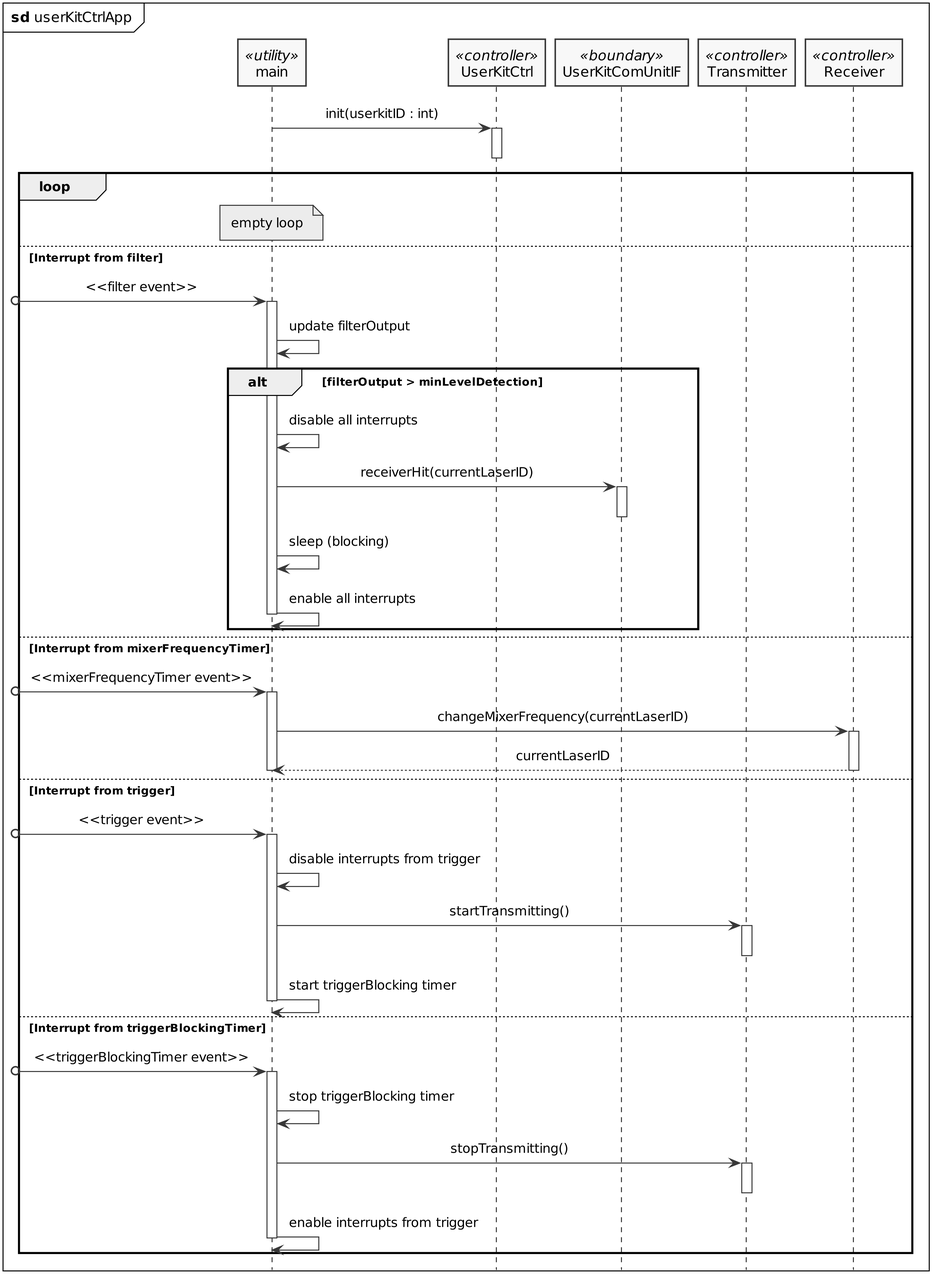
The PlantUML diagram PlantUML/out/userKitCtrlApp_sd.png in LasseKrarup/Laser-Tag-Project, before a commit.
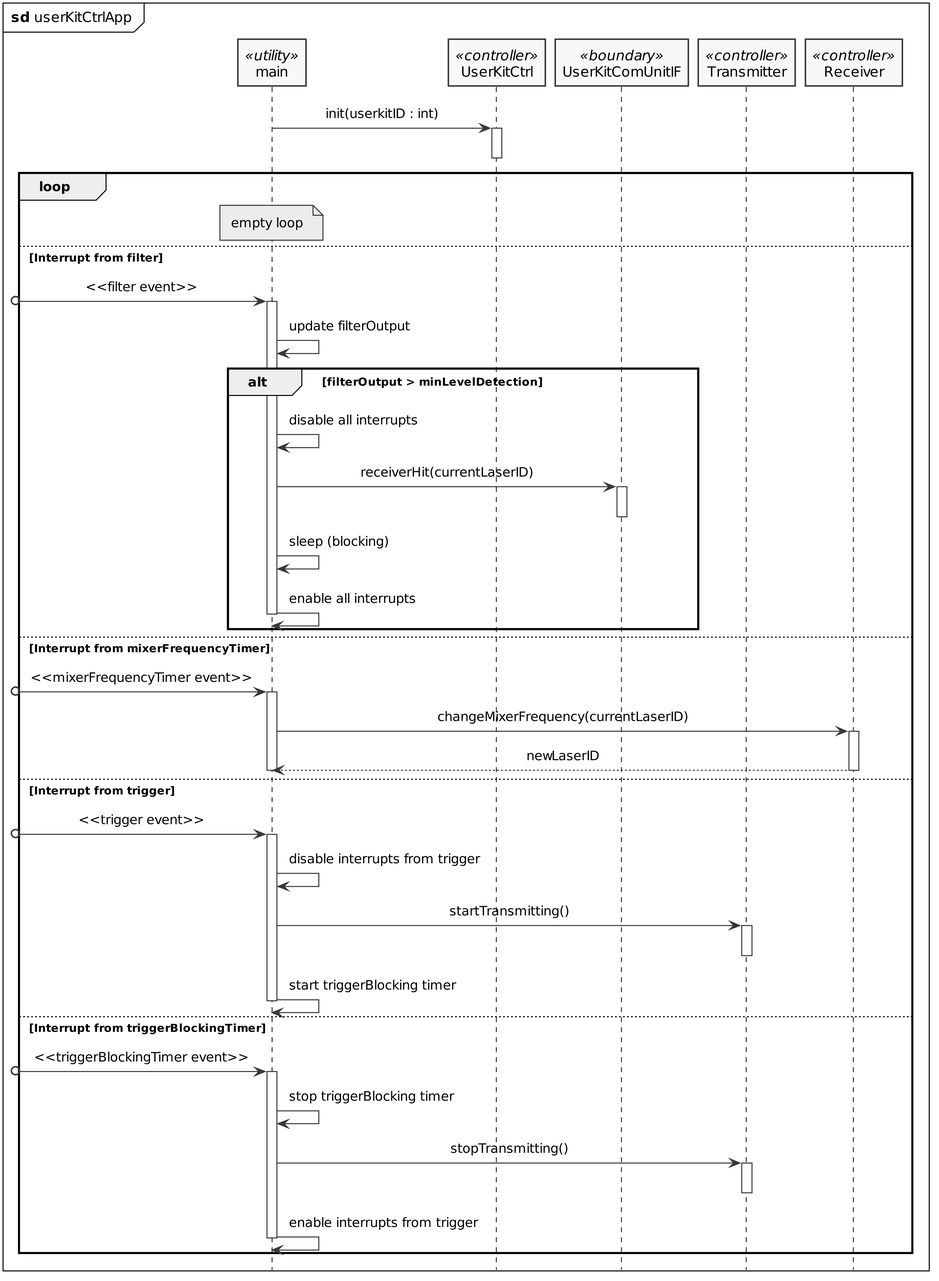
Later version of the same file.

Diff of the diagram source:
```diff
@@ -46,7 +46,7 @@
     [o-> main: <<mixerFrequencyTimer event>>
     activate main
     main -> Receiver++: changeMixerFrequency(currentLaserID)
-    return currentLaserID
+    return newLaserID
     deactivate main
     deactivate Receiver
 
```
